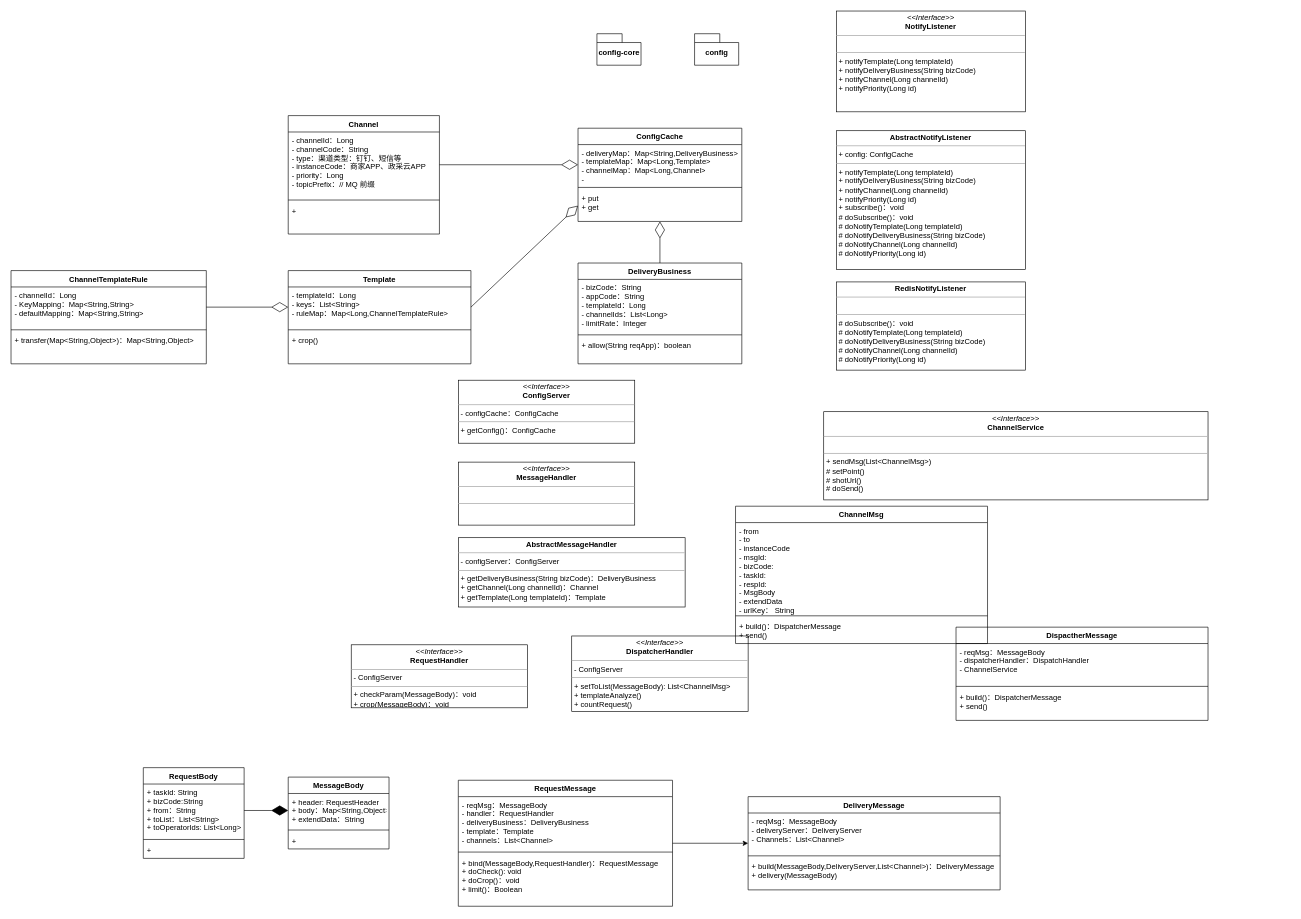
Before: 消息平台.drawio in wylyf3030/draw, a draw.io diagram. Source tidied: cells renumbered, new cells numbered last; positions are measured from the earlier drawing's top-left corner, leaving out a move shared by most shapes. Both pictures are drawn from the tidied source at 63%, with x=0, y=0 at pixel (11, 11).
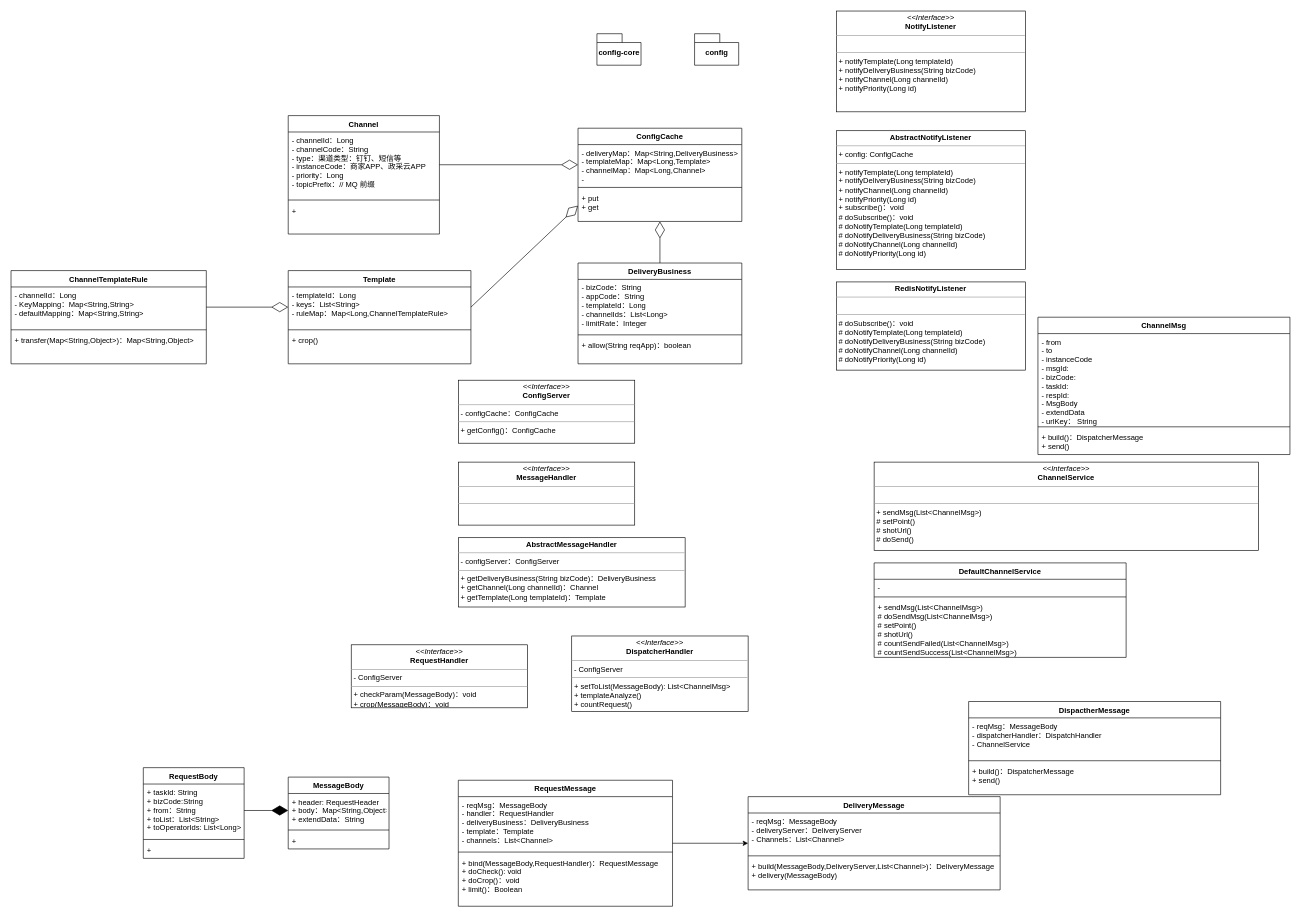
The same diagram, later.

Change to the diagram source:
```diff
@@
     <mxCell id="54" value="DispactherMessage" style="swimlane;fontStyle=1;align=center;verticalAlign=top;horizontal=1;startSize=26;" parent="1" vertex="1">
-      <mxGeometry x="1500" y="978" width="400" height="148" as="geometry" />
+      <mxGeometry x="1520" y="1096" width="400" height="148" as="geometry" />
     </mxCell>
@@
     <mxCell id="58" value="&lt;p style=&quot;margin: 0px ; margin-top: 4px ; text-align: center&quot;&gt;&lt;i&gt;&amp;lt;&amp;lt;Interface&amp;gt;&amp;gt;&lt;/i&gt;&lt;br&gt;&lt;b&gt;ChannelService&lt;/b&gt;&lt;/p&gt;&lt;hr size=&quot;1&quot;&gt;&lt;p style=&quot;margin: 0px ; margin-left: 4px&quot;&gt;&lt;br&gt;&lt;/p&gt;&lt;hr size=&quot;1&quot;&gt;&lt;p style=&quot;margin: 0px ; margin-left: 4px&quot;&gt;+ sendMsg(List&amp;lt;ChannelMsg&amp;gt;)&lt;/p&gt;&lt;p style=&quot;margin: 0px ; margin-left: 4px&quot;&gt;# setPoint()&lt;/p&gt;&lt;p style=&quot;margin: 0px ; margin-left: 4px&quot;&gt;# shotUrl()&lt;/p&gt;&lt;p style=&quot;margin: 0px ; margin-left: 4px&quot;&gt;# doSend()&lt;/p&gt;" style="verticalAlign=top;align=left;overflow=fill;fontSize=12;fontFamily=Helvetica;html=1;" parent="1" vertex="1">
-      <mxGeometry x="1290" y="636" width="610" height="140" as="geometry" />
+      <mxGeometry x="1370" y="716" width="610" height="140" as="geometry" />
     </mxCell>
     <mxCell id="59" value="ChannelMsg" style="swimlane;fontStyle=1;align=center;verticalAlign=top;horizontal=1;startSize=26;" parent="1" vertex="1">
-      <mxGeometry x="1150" y="786" width="400" height="218" as="geometry" />
+      <mxGeometry x="1630" y="486" width="400" height="218" as="geometry" />
     </mxCell>
@@
+    <mxCell id="63" value="DefaultChannelService" style="swimlane;fontStyle=1;align=center;verticalAlign=top;horizontal=1;startSize=26;" parent="1" vertex="1">
+      <mxGeometry x="1370" y="876" width="400" height="150" as="geometry" />
+    </mxCell>
+    <mxCell id="64" value="-" style="text;strokeColor=none;fillColor=none;align=left;verticalAlign=top;spacingLeft=4;spacingRight=4;overflow=hidden;" parent="63" vertex="1">
+      <mxGeometry y="26" width="400" height="24" as="geometry" />
+    </mxCell>
+    <mxCell id="65" style="line;strokeWidth=1;fillColor=none;align=left;verticalAlign=middle;spacingTop=-1;spacingLeft=3;spacingRight=3;labelPosition=right;" parent="63" vertex="1">
+      <mxGeometry y="50" width="400" height="8" as="geometry" />
+    </mxCell>
+    <mxCell id="66" value="+ sendMsg(List&lt;ChannelMsg&gt;)&#10;# doSendMsg(List&lt;ChannelMsg&gt;)&#10;# setPoint()&#10;# shotUrl()&#10;# countSendFailed(List&lt;ChannelMsg&gt;)&#10;# countSendSuccess(List&lt;ChannelMsg&gt;)" style="text;strokeColor=none;fillColor=none;align=left;verticalAlign=top;spacingLeft=4;spacingRight=4;overflow=hidden;" parent="63" vertex="1">
+      <mxGeometry y="58" width="400" height="92" as="geometry" />
+    </mxCell>
```
